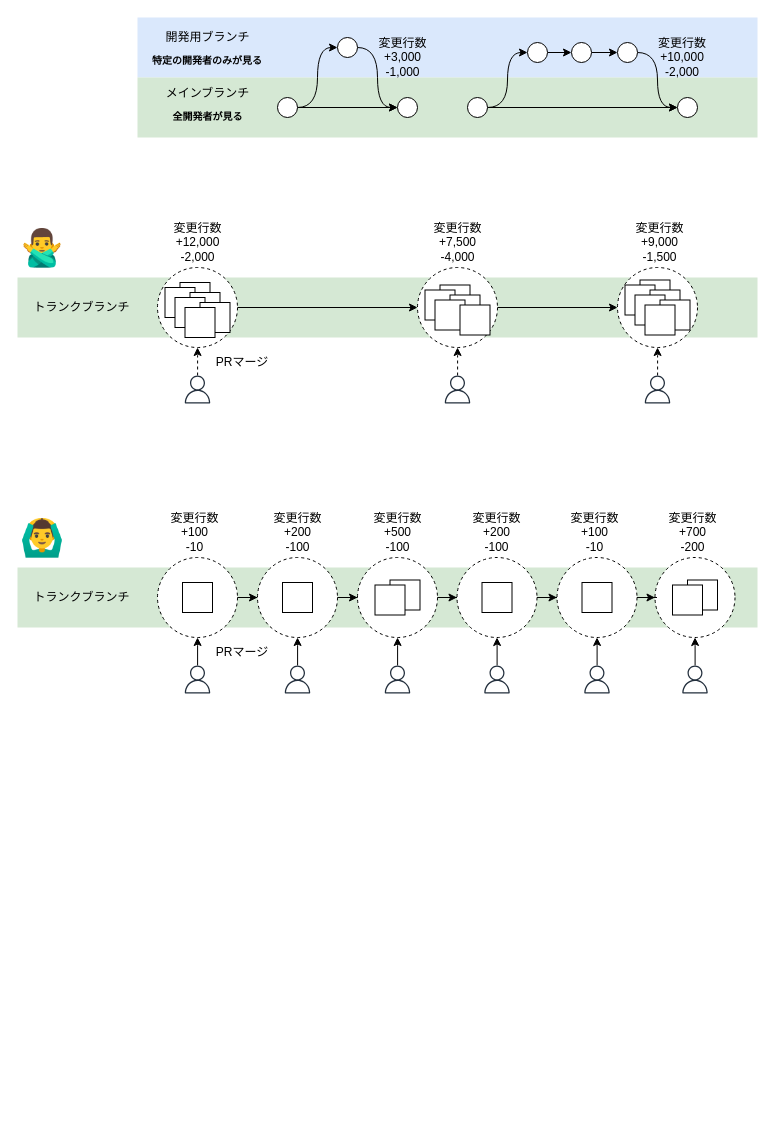
shotaIDE/zenn keeps this draw.io diagram as images/mobile-trunk-based-release-strategy/merge-changes-to-trunk-branch.drawio. Above is the earlier version. Source tidied: cells renumbered, new cells numbered last; positions are measured from the earlier drawing's top-left corner, leaving out a move shared by most shapes. Both pictures are drawn from the tidied source at 100%, with x=0, y=0 at pixel (17, 17).
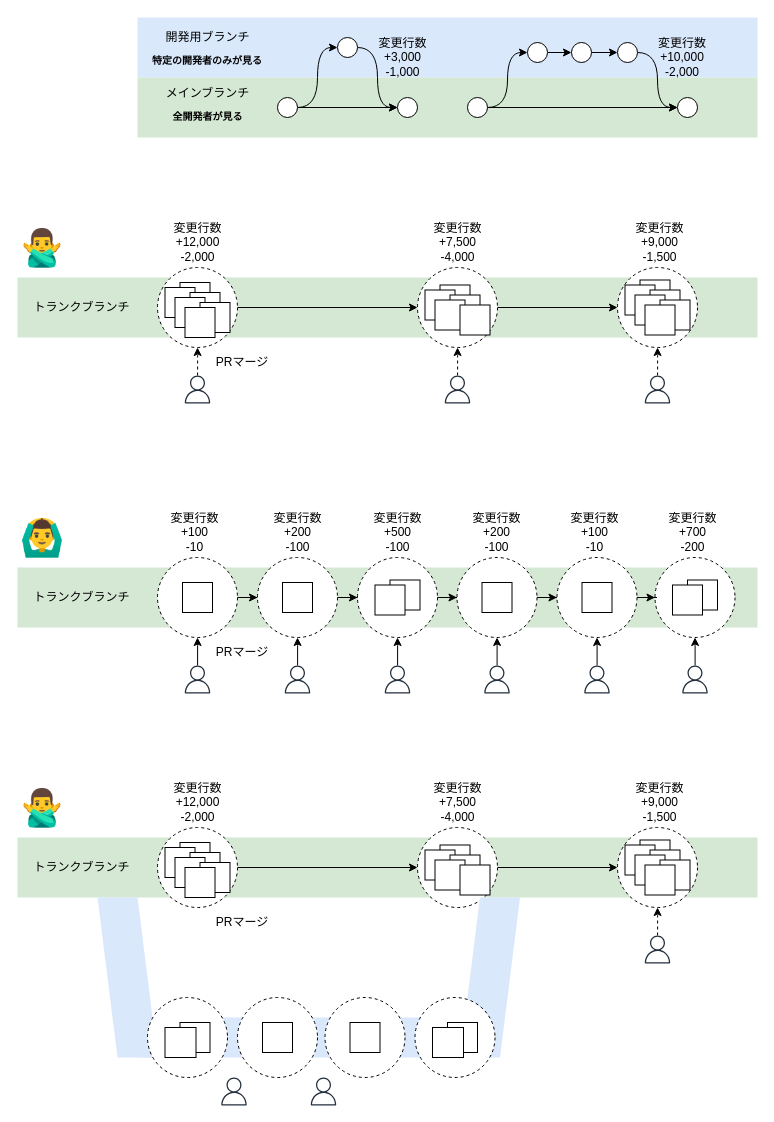
The same page after the edit.

What changed in the source:
```diff
@@
+    <mxCell id="104" style="rounded=0;whiteSpace=wrap;html=1;fillColor=#d5e8d4;strokeColor=none;" parent="1" vertex="1">
+      <mxGeometry y="820" width="740" height="60" as="geometry" />
+    </mxCell>
+    <mxCell id="105" style="edgeStyle=orthogonalEdgeStyle;rounded=0;jettySize=auto;html=1;entryX=0;entryY=0.5;entryDx=0;entryDy=0;" parent="1" edge="1" source="106" target="118">
+      <mxGeometry relative="1" as="geometry" />
+    </mxCell>
+    <mxCell id="106" style="ellipse;whiteSpace=wrap;html=1;dashed=1;" parent="1" vertex="1">
+      <mxGeometry x="140" y="810" width="80" height="80" as="geometry" />
+    </mxCell>
+    <mxCell id="107" style="rounded=0;whiteSpace=wrap;html=1;" parent="1" vertex="1">
+      <mxGeometry x="162.5" y="825" width="30" height="30" as="geometry" />
+    </mxCell>
+    <mxCell id="108" style="rounded=0;whiteSpace=wrap;html=1;" parent="1" vertex="1">
+      <mxGeometry x="147.5" y="830" width="30" height="30" as="geometry" />
+    </mxCell>
+    <mxCell id="109" style="rounded=0;whiteSpace=wrap;html=1;" parent="1" vertex="1">
+      <mxGeometry x="172.5" y="835" width="30" height="30" as="geometry" />
+    </mxCell>
+    <mxCell id="110" style="rounded=0;whiteSpace=wrap;html=1;" parent="1" vertex="1">
+      <mxGeometry x="157.5" y="840" width="30" height="30" as="geometry" />
+    </mxCell>
+    <mxCell id="111" style="rounded=0;whiteSpace=wrap;html=1;" parent="1" vertex="1">
+      <mxGeometry x="182.5" y="845" width="30" height="30" as="geometry" />
+    </mxCell>
+    <mxCell id="112" style="rounded=0;whiteSpace=wrap;html=1;" parent="1" vertex="1">
+      <mxGeometry x="167.5" y="850" width="30" height="30" as="geometry" />
+    </mxCell>
+    <mxCell id="113" value="&lt;font style=&quot;font-size: 36px;&quot;&gt;🙅‍♂️&lt;/font&gt;" style="text;html=1;strokeColor=none;fillColor=none;align=center;verticalAlign=middle;whiteSpace=wrap;rounded=0;" parent="1" vertex="1">
+      <mxGeometry y="760" width="50" height="60" as="geometry" />
+    </mxCell>
+    <mxCell id="114" style="sketch=0;fontColor=#232F3E;gradientColor=none;fillColor=#232F3D;strokeColor=none;dashed=0;verticalLabelPosition=bottom;verticalAlign=top;align=center;html=1;fontSize=12;fontStyle=0;shape=mxgraph.aws4.user;" parent="1" vertex="1">
+      <mxGeometry x="202.5" y="1060" width="28" height="28" as="geometry" />
+    </mxCell>
+    <mxCell id="115" style="sketch=0;fontColor=#232F3E;gradientColor=none;fillColor=#232F3D;strokeColor=none;dashed=0;verticalLabelPosition=bottom;verticalAlign=top;align=center;html=1;fontSize=12;fontStyle=0;shape=mxgraph.aws4.user;" parent="1" vertex="1">
+      <mxGeometry x="292" y="1060" width="28" height="28" as="geometry" />
+    </mxCell>
+    <mxCell id="116" value="トランクブランチ" style="text;html=1;strokeColor=none;fillColor=none;align=center;verticalAlign=middle;whiteSpace=wrap;rounded=0;" parent="1" vertex="1">
+      <mxGeometry x="9" y="838.8" width="111" height="22.5" as="geometry" />
+    </mxCell>
+    <mxCell id="117" style="edgeStyle=orthogonalEdgeStyle;rounded=0;jettySize=auto;html=1;entryX=0;entryY=0.5;entryDx=0;entryDy=0;" parent="1" edge="1" source="118" target="124">
+      <mxGeometry relative="1" as="geometry" />
+    </mxCell>
+    <mxCell id="118" style="ellipse;whiteSpace=wrap;html=1;dashed=1;" parent="1" vertex="1">
+      <mxGeometry x="400" y="810" width="80" height="80" as="geometry" />
+    </mxCell>
+    <mxCell id="119" style="rounded=0;whiteSpace=wrap;html=1;" parent="1" vertex="1">
+      <mxGeometry x="422.5" y="827.5" width="30" height="30" as="geometry" />
+    </mxCell>
+    <mxCell id="120" style="rounded=0;whiteSpace=wrap;html=1;" parent="1" vertex="1">
+      <mxGeometry x="407.5" y="832.5" width="30" height="30" as="geometry" />
+    </mxCell>
+    <mxCell id="121" style="rounded=0;whiteSpace=wrap;html=1;" parent="1" vertex="1">
+      <mxGeometry x="432.5" y="837.5" width="30" height="30" as="geometry" />
+    </mxCell>
+    <mxCell id="122" style="rounded=0;whiteSpace=wrap;html=1;" parent="1" vertex="1">
+      <mxGeometry x="417.5" y="842.5" width="30" height="30" as="geometry" />
+    </mxCell>
+    <mxCell id="123" style="rounded=0;whiteSpace=wrap;html=1;" parent="1" vertex="1">
+      <mxGeometry x="442.5" y="847.5" width="30" height="30" as="geometry" />
+    </mxCell>
+    <mxCell id="124" style="ellipse;whiteSpace=wrap;html=1;dashed=1;" parent="1" vertex="1">
+      <mxGeometry x="600" y="810" width="80" height="80" as="geometry" />
+    </mxCell>
+    <mxCell id="125" style="rounded=0;whiteSpace=wrap;html=1;" parent="1" vertex="1">
+      <mxGeometry x="622.5" y="822.5" width="30" height="30" as="geometry" />
+    </mxCell>
+    <mxCell id="126" style="rounded=0;whiteSpace=wrap;html=1;" parent="1" vertex="1">
+      <mxGeometry x="607.5" y="827.5" width="30" height="30" as="geometry" />
+    </mxCell>
+    <mxCell id="127" style="rounded=0;whiteSpace=wrap;html=1;" parent="1" vertex="1">
+      <mxGeometry x="632.5" y="832.5" width="30" height="30" as="geometry" />
+    </mxCell>
+    <mxCell id="128" style="rounded=0;whiteSpace=wrap;html=1;" parent="1" vertex="1">
+      <mxGeometry x="617.5" y="837.5" width="30" height="30" as="geometry" />
+    </mxCell>
+    <mxCell id="129" style="rounded=0;whiteSpace=wrap;html=1;" parent="1" vertex="1">
+      <mxGeometry x="642.5" y="842.5" width="30" height="30" as="geometry" />
+    </mxCell>
+    <mxCell id="130" style="rounded=0;whiteSpace=wrap;html=1;" parent="1" vertex="1">
+      <mxGeometry x="627.5" y="847.5" width="30" height="30" as="geometry" />
+    </mxCell>
+    <mxCell id="131" style="edgeStyle=orthogonalEdgeStyle;rounded=0;jettySize=auto;html=1;entryX=0.5;entryY=1;entryDx=0;entryDy=0;dashed=1;" parent="1" edge="1" source="132" target="124">
+      <mxGeometry relative="1" as="geometry" />
+    </mxCell>
+    <mxCell id="132" style="sketch=0;outlineConnect=0;fontColor=#232F3E;gradientColor=none;fillColor=#232F3D;strokeColor=none;dashed=0;verticalLabelPosition=bottom;verticalAlign=top;align=center;html=1;fontSize=12;fontStyle=0;shape=mxgraph.aws4.user;" parent="1" vertex="1">
+      <mxGeometry x="626" y="918" width="28" height="28" as="geometry" />
+    </mxCell>
+    <mxCell id="133" value="変更行数&lt;br&gt;+12,000&lt;br&gt;-2,000" style="text;html=1;strokeColor=none;fillColor=none;align=center;verticalAlign=middle;whiteSpace=wrap;rounded=0;" parent="1" vertex="1">
+      <mxGeometry x="147.5" y="760" width="65" height="50" as="geometry" />
+    </mxCell>
+    <mxCell id="134" value="変更行数&lt;br&gt;+7,500&lt;br&gt;-4,000" style="text;html=1;strokeColor=none;fillColor=none;align=center;verticalAlign=middle;whiteSpace=wrap;rounded=0;" parent="1" vertex="1">
+      <mxGeometry x="407.5" y="760" width="65" height="50" as="geometry" />
+    </mxCell>
+    <mxCell id="135" value="変更行数&lt;br&gt;+9,000&lt;br&gt;-1,500" style="text;html=1;strokeColor=none;fillColor=none;align=center;verticalAlign=middle;whiteSpace=wrap;rounded=0;" parent="1" vertex="1">
+      <mxGeometry x="610" y="760" width="65" height="50" as="geometry" />
+    </mxCell>
+    <mxCell id="136" value="PRマージ" style="text;html=1;align=center;verticalAlign=middle;whiteSpace=wrap;rounded=0;" parent="1" vertex="1">
+      <mxGeometry x="190" y="890" width="70" height="30" as="geometry" />
+    </mxCell>
+    <mxCell id="137" style="rounded=0;whiteSpace=wrap;html=1;fillColor=#dae8fc;strokeColor=none;" parent="1" vertex="1">
+      <mxGeometry x="120" y="1000" width="330" height="40" as="geometry" />
+    </mxCell>
+    <mxCell id="138" style="shape=parallelogram;perimeter=parallelogramPerimeter;whiteSpace=wrap;html=1;fixedSize=1;fillColor=#dae8fc;strokeColor=none;size=20;flipH=1;" parent="1" vertex="1">
+      <mxGeometry x="80" y="880" width="60" height="160" as="geometry" />
+    </mxCell>
+    <mxCell id="139" style="ellipse;whiteSpace=wrap;html=1;dashed=1;" parent="1" vertex="1">
+      <mxGeometry x="130" y="980" width="80" height="80" as="geometry" />
+    </mxCell>
+    <mxCell id="140" style="rounded=0;whiteSpace=wrap;html=1;" parent="1" vertex="1">
+      <mxGeometry x="162.5" y="1005" width="30" height="30" as="geometry" />
+    </mxCell>
+    <mxCell id="141" style="rounded=0;whiteSpace=wrap;html=1;" parent="1" vertex="1">
+      <mxGeometry x="147.5" y="1010" width="31" height="30" as="geometry" />
+    </mxCell>
+    <mxCell id="142" style="shape=parallelogram;perimeter=parallelogramPerimeter;whiteSpace=wrap;html=1;fixedSize=1;fillColor=#dae8fc;strokeColor=none;size=20;flipH=0;" parent="1" vertex="1">
+      <mxGeometry x="442.5" y="880" width="60" height="160" as="geometry" />
+    </mxCell>
+    <mxCell id="143" style="ellipse;whiteSpace=wrap;html=1;dashed=1;" parent="1" vertex="1">
+      <mxGeometry x="220" y="980" width="80" height="80" as="geometry" />
+    </mxCell>
+    <mxCell id="144" style="rounded=0;whiteSpace=wrap;html=1;" parent="1" vertex="1">
+      <mxGeometry x="245" y="1005" width="30" height="30" as="geometry" />
+    </mxCell>
+    <mxCell id="145" style="ellipse;whiteSpace=wrap;html=1;dashed=1;" parent="1" vertex="1">
+      <mxGeometry x="307.5" y="980" width="80" height="80" as="geometry" />
+    </mxCell>
+    <mxCell id="146" style="rounded=0;whiteSpace=wrap;html=1;" parent="1" vertex="1">
+      <mxGeometry x="332.5" y="1005" width="30" height="30" as="geometry" />
+    </mxCell>
+    <mxCell id="147" style="ellipse;whiteSpace=wrap;html=1;dashed=1;" parent="1" vertex="1">
+      <mxGeometry x="397.5" y="980" width="80" height="80" as="geometry" />
+    </mxCell>
+    <mxCell id="148" style="rounded=0;whiteSpace=wrap;html=1;" parent="1" vertex="1">
+      <mxGeometry x="430" y="1005" width="30" height="30" as="geometry" />
+    </mxCell>
+    <mxCell id="149" style="rounded=0;whiteSpace=wrap;html=1;" parent="1" vertex="1">
+      <mxGeometry x="415" y="1010" width="31" height="30" as="geometry" />
+    </mxCell>
```
